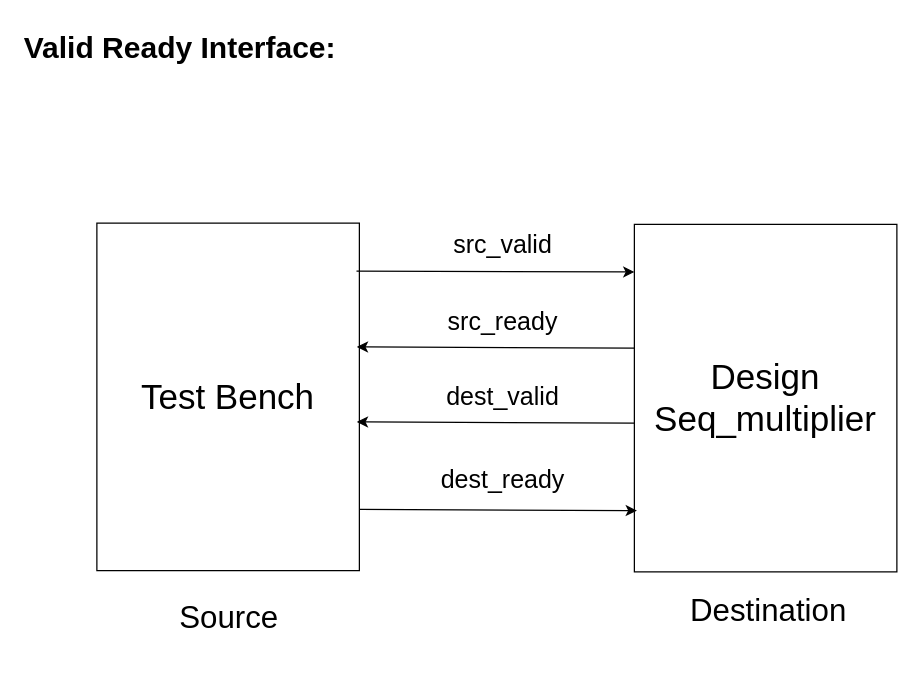
Earlier version of the draw.io diagram Nasir/docs/valid_ready_interface.drawio (medsuet/Xcelerium-IC-Design-Training). Source tidied: cells renumbered, new cells numbered last; positions are measured from the earlier drawing's top-left corner, leaving out a move shared by most shapes. Both pictures are drawn from the tidied source at 125%, with x=0, y=0 at pixel (21, 21).
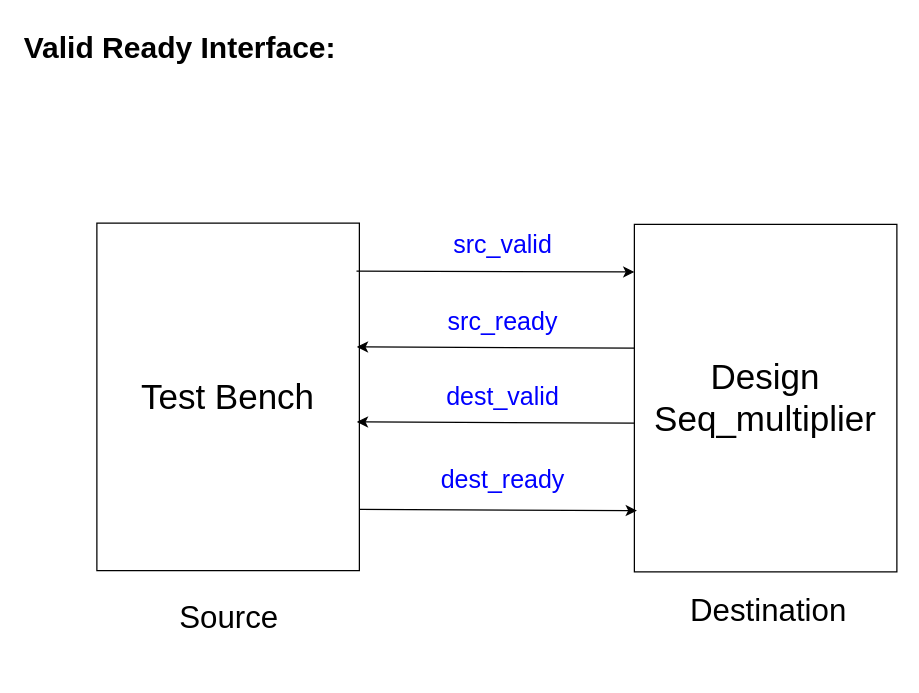
The same page after the edit.

The edit, as a diff of the source:
```diff
@@
 <mxGraphModel>
   <root>
     <mxCell id="0" />
     <mxCell id="1" parent="0" />
     <mxCell id="2" value="&lt;h1 style=&quot;margin-top: 0px;&quot;&gt;Valid Ready Interface:&lt;/h1&gt;" style="text;html=1;whiteSpace=wrap;overflow=hidden;rounded=0;" parent="1" vertex="1">
       <mxGeometry width="270" height="40" as="geometry" />
     </mxCell>
     <mxCell id="3" value="&lt;font style=&quot;font-size: 28px;&quot;&gt;Design&lt;/font&gt;&lt;div&gt;&lt;font style=&quot;font-size: 28px;&quot;&gt;Seq_multiplier&lt;/font&gt;&lt;/div&gt;" style="rounded=0;whiteSpace=wrap;html=1;" parent="1" vertex="1">
       <mxGeometry x="490" y="162" width="210" height="278" as="geometry" />
     </mxCell>
     <mxCell id="4" value="&lt;span style=&quot;font-size: 28px;&quot;&gt;Test Bench&lt;/span&gt;" style="rounded=0;whiteSpace=wrap;html=1;" parent="1" vertex="1">
       <mxGeometry x="60" y="161" width="210" height="278" as="geometry" />
     </mxCell>
     <mxCell id="5" style="edgeStyle=none;jettySize=auto;html=1;rounded=0;exitX=0.989;exitY=0.138;exitDx=0;exitDy=0;exitPerimeter=0;entryX=0;entryY=0.137;entryDx=0;entryDy=0;entryPerimeter=0;" parent="1" edge="1" source="4" target="3">
       <mxGeometry relative="1" as="geometry" />
     </mxCell>
     <mxCell id="6" style="edgeStyle=none;orthogonalLoop=1;jettySize=auto;html=1;rounded=0;exitX=0.989;exitY=0.138;exitDx=0;exitDy=0;exitPerimeter=0;entryX=0;entryY=0.137;entryDx=0;entryDy=0;entryPerimeter=0;" parent="1" edge="1">
       <mxGeometry relative="1" as="geometry">
         <mxPoint x="490" y="261" as="sourcePoint" />
         <mxPoint x="268" y="260" as="targetPoint" />
       </mxGeometry>
     </mxCell>
     <mxCell id="7" style="edgeStyle=none;orthogonalLoop=1;jettySize=auto;html=1;rounded=0;exitX=0.989;exitY=0.138;exitDx=0;exitDy=0;exitPerimeter=0;entryX=0;entryY=0.137;entryDx=0;entryDy=0;entryPerimeter=0;" parent="1" edge="1">
       <mxGeometry relative="1" as="geometry">
         <mxPoint x="490" y="321" as="sourcePoint" />
         <mxPoint x="268" y="320" as="targetPoint" />
       </mxGeometry>
     </mxCell>
     <mxCell id="8" style="edgeStyle=none;orthogonalLoop=1;jettySize=auto;html=1;rounded=0;exitX=0.989;exitY=0.138;exitDx=0;exitDy=0;exitPerimeter=0;entryX=0;entryY=0.137;entryDx=0;entryDy=0;entryPerimeter=0;" parent="1" edge="1">
       <mxGeometry relative="1" as="geometry">
         <mxPoint x="270" y="390" as="sourcePoint" />
         <mxPoint x="492" y="391" as="targetPoint" />
       </mxGeometry>
     </mxCell>
     <mxCell id="9" value="&lt;font style=&quot;font-size: 25px;&quot;&gt;Source&lt;/font&gt;&lt;div style=&quot;font-size: 25px;&quot;&gt;&lt;br&gt;&lt;/div&gt;" style="text;html=1;align=center;verticalAlign=middle;whiteSpace=wrap;rounded=0;" parent="1" vertex="1">
       <mxGeometry x="116" y="460" width="100" height="60" as="geometry" />
     </mxCell>
     <mxCell id="10" value="&lt;div style=&quot;font-size: 25px;&quot;&gt;Destination&lt;/div&gt;" style="text;html=1;align=center;verticalAlign=middle;whiteSpace=wrap;rounded=0;" parent="1" vertex="1">
       <mxGeometry x="524.5" y="440" width="145" height="60" as="geometry" />
     </mxCell>
-    <mxCell id="11" value="&lt;font style=&quot;font-size: 20px;&quot;&gt;src_valid&lt;/font&gt;" style="text;html=1;align=center;verticalAlign=middle;whiteSpace=wrap;rounded=0;" parent="1" vertex="1">
+    <mxCell id="11" value="&lt;font color=&quot;#0000ff&quot; style=&quot;font-size: 20px;&quot;&gt;src_valid&lt;/font&gt;" style="text;html=1;align=center;verticalAlign=middle;whiteSpace=wrap;rounded=0;" parent="1" vertex="1">
       <mxGeometry x="330" y="162" width="110" height="30" as="geometry" />
     </mxCell>
-    <mxCell id="12" value="&lt;font style=&quot;font-size: 20px;&quot;&gt;src_ready&lt;/font&gt;" style="text;html=1;align=center;verticalAlign=middle;whiteSpace=wrap;rounded=0;" parent="1" vertex="1">
+    <mxCell id="12" value="&lt;font color=&quot;#0000ff&quot; style=&quot;font-size: 20px;&quot;&gt;src_ready&lt;/font&gt;" style="text;html=1;align=center;verticalAlign=middle;whiteSpace=wrap;rounded=0;" parent="1" vertex="1">
       <mxGeometry x="330" y="224" width="110" height="30" as="geometry" />
     </mxCell>
-    <mxCell id="13" value="&lt;font style=&quot;font-size: 20px;&quot;&gt;dest_valid&lt;/font&gt;" style="text;html=1;align=center;verticalAlign=middle;whiteSpace=wrap;rounded=0;" parent="1" vertex="1">
+    <mxCell id="13" value="&lt;font color=&quot;#0000ff&quot; style=&quot;font-size: 20px;&quot;&gt;dest_valid&lt;/font&gt;" style="text;html=1;align=center;verticalAlign=middle;whiteSpace=wrap;rounded=0;" parent="1" vertex="1">
       <mxGeometry x="330" y="284" width="110" height="30" as="geometry" />
     </mxCell>
-    <mxCell id="14" value="&lt;font style=&quot;font-size: 20px;&quot;&gt;dest_ready&lt;/font&gt;" style="text;html=1;align=center;verticalAlign=middle;whiteSpace=wrap;rounded=0;" parent="1" vertex="1">
+    <mxCell id="14" value="&lt;font color=&quot;#0000ff&quot; style=&quot;font-size: 20px;&quot;&gt;dest_ready&lt;/font&gt;" style="text;html=1;align=center;verticalAlign=middle;whiteSpace=wrap;rounded=0;" parent="1" vertex="1">
       <mxGeometry x="330" y="350" width="110" height="30" as="geometry" />
     </mxCell>
   </root>
 </mxGraphModel>
```
